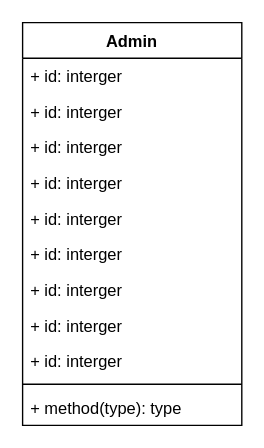
Before: classes/diagrams/Untitled Diagram.drawio in Zhiar43/falcon, a draw.io diagram. Source tidied: cells renumbered, new cells numbered last; positions are measured from the earlier drawing's top-left corner, leaving out a move shared by most shapes. Both pictures are drawn from the tidied source at 137%, with x=0, y=0 at pixel (22, 22).
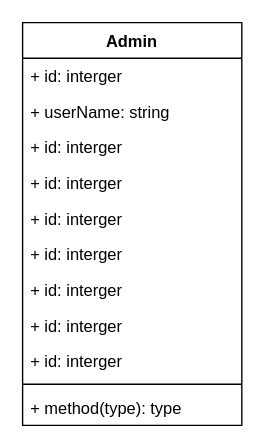
Above is the later version.

Diff of the diagram source:
```diff
@@
 <mxGraphModel>
   <root>
     <mxCell id="0" />
     <mxCell id="1" parent="0" />
     <mxCell id="2" value="Admin" style="swimlane;fontStyle=1;align=center;verticalAlign=top;horizontal=1;startSize=26;" parent="1" vertex="1">
       <mxGeometry width="160" height="294" as="geometry" />
     </mxCell>
     <mxCell id="3" value="+ id: interger" style="text;strokeColor=none;fillColor=none;align=left;verticalAlign=top;spacingLeft=4;spacingRight=4;overflow=hidden;" parent="2" vertex="1">
       <mxGeometry y="26" width="160" height="26" as="geometry" />
     </mxCell>
-    <mxCell id="4" value="+ id: interger" style="text;strokeColor=none;fillColor=none;align=left;verticalAlign=top;spacingLeft=4;spacingRight=4;overflow=hidden;" parent="2" vertex="1">
+    <mxCell id="4" value="+ userName: string" style="text;strokeColor=none;fillColor=none;align=left;verticalAlign=top;spacingLeft=4;spacingRight=4;overflow=hidden;" parent="2" vertex="1">
       <mxGeometry y="52" width="160" height="26" as="geometry" />
     </mxCell>
     <mxCell id="5" value="+ id: interger" style="text;strokeColor=none;fillColor=none;align=left;verticalAlign=top;spacingLeft=4;spacingRight=4;overflow=hidden;" parent="2" vertex="1">
       <mxGeometry y="78" width="160" height="26" as="geometry" />
     </mxCell>
     <mxCell id="6" value="+ id: interger" style="text;strokeColor=none;fillColor=none;align=left;verticalAlign=top;spacingLeft=4;spacingRight=4;overflow=hidden;" parent="2" vertex="1">
       <mxGeometry y="104" width="160" height="26" as="geometry" />
     </mxCell>
     <mxCell id="7" value="+ id: interger" style="text;strokeColor=none;fillColor=none;align=left;verticalAlign=top;spacingLeft=4;spacingRight=4;overflow=hidden;" parent="2" vertex="1">
       <mxGeometry y="130" width="160" height="26" as="geometry" />
     </mxCell>
     <mxCell id="8" value="+ id: interger" style="text;strokeColor=none;fillColor=none;align=left;verticalAlign=top;spacingLeft=4;spacingRight=4;overflow=hidden;" parent="2" vertex="1">
       <mxGeometry y="156" width="160" height="26" as="geometry" />
     </mxCell>
     <mxCell id="9" value="+ id: interger" style="text;strokeColor=none;fillColor=none;align=left;verticalAlign=top;spacingLeft=4;spacingRight=4;overflow=hidden;" parent="2" vertex="1">
       <mxGeometry y="182" width="160" height="26" as="geometry" />
     </mxCell>
     <mxCell id="10" value="+ id: interger" style="text;strokeColor=none;fillColor=none;align=left;verticalAlign=top;spacingLeft=4;spacingRight=4;overflow=hidden;" parent="2" vertex="1">
       <mxGeometry y="208" width="160" height="26" as="geometry" />
     </mxCell>
     <mxCell id="11" value="+ id: interger" style="text;strokeColor=none;fillColor=none;align=left;verticalAlign=top;spacingLeft=4;spacingRight=4;overflow=hidden;" parent="2" vertex="1">
       <mxGeometry y="234" width="160" height="26" as="geometry" />
     </mxCell>
     <mxCell id="12" style="line;strokeWidth=1;fillColor=none;align=left;verticalAlign=middle;spacingTop=-1;spacingLeft=3;spacingRight=3;labelPosition=right;" parent="2" vertex="1">
       <mxGeometry y="260" width="160" height="8" as="geometry" />
     </mxCell>
     <mxCell id="13" value="+ method(type): type" style="text;strokeColor=none;fillColor=none;align=left;verticalAlign=top;spacingLeft=4;spacingRight=4;overflow=hidden;" parent="2" vertex="1">
       <mxGeometry y="268" width="160" height="26" as="geometry" />
     </mxCell>
   </root>
 </mxGraphModel>
```
